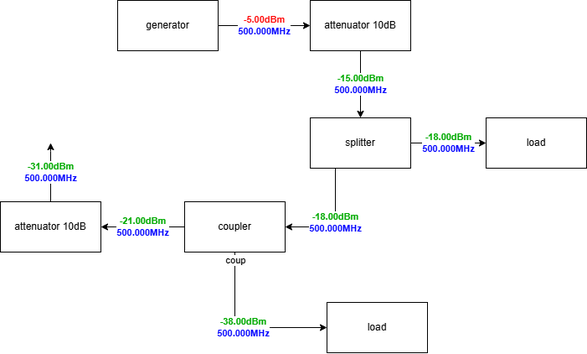
Before: example/example_computed.png, a diagram exported from draw.io (David-Daminelli/Drawio-RF-Diagram). Source tidied: cells renumbered, new cells last; positions are measured from the earlier drawing's top-left corner, leaving out a move shared by most shapes.
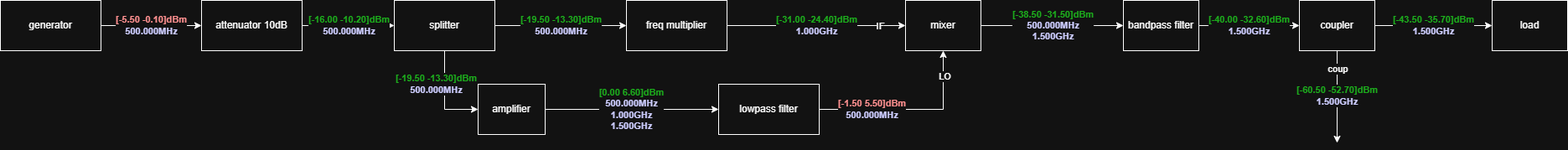
The same diagram one commit later.

The edit, as a diff of the source:
```diff
@@ -2,57 +2,90 @@
   <root>
     <mxCell id="0" />
     <mxCell id="1" parent="0" />
-    <mxCell id="2" value="&lt;span style='color:#FF0000'&gt;-5.00dBm&lt;/span&gt;&lt;br&gt;&lt;span style='color:#0000FF'&gt;500.000MHz&#10;&lt;/span&gt;" style="edgeStyle=orthogonalEdgeStyle;rounded=0;jettySize=auto;html=1;fontColor=#FF0000;fontStyle=1;" parent="1" edge="1" source="3" target="5">
+    <mxCell id="2" value="&lt;span style='color:#FF0000'&gt;[-5.50 -0.10]dBm&lt;/span&gt;&lt;br&gt;&lt;span style='color:#0000FF'&gt;500.000MHz&#10;&lt;/span&gt;" style="edgeStyle=orthogonalEdgeStyle;rounded=0;jettySize=auto;html=1;fontColor=#FF0000;fontStyle=1;" parent="1" edge="1" source="3" target="5">
       <mxGeometry relative="1" as="geometry" />
     </mxCell>
     <mxCell id="3" value="generator" style="rounded=0;whiteSpace=wrap;html=1;" parent="1" vertex="1">
-      <mxGeometry x="140" width="120" height="60" as="geometry" />
+      <mxGeometry x="-520" y="30" width="120" height="60" as="geometry" />
     </mxCell>
-    <mxCell id="4" value="&lt;span style='color:#00AA00'&gt;-15.00dBm&lt;/span&gt;&lt;br&gt;&lt;span style='color:#0000FF'&gt;500.000MHz&#10;&lt;/span&gt;" style="edgeStyle=orthogonalEdgeStyle;rounded=0;jettySize=auto;html=1;entryX=0.5;entryY=0;entryDx=0;entryDy=0;fontColor=#00AA00;fontStyle=1;" parent="1" edge="1" source="5" target="7">
+    <mxCell id="4" value="&lt;span style='color:#00AA00'&gt;[-16.00 -10.20]dBm&lt;/span&gt;&lt;br&gt;&lt;span style='color:#0000FF'&gt;500.000MHz&#10;&lt;/span&gt;" style="edgeStyle=orthogonalEdgeStyle;rounded=0;jettySize=auto;html=1;fontColor=#00AA00;fontStyle=1;" parent="1" edge="1" source="5" target="7">
       <mxGeometry relative="1" as="geometry" />
     </mxCell>
     <mxCell id="5" value="attenuator 10dB" style="rounded=0;whiteSpace=wrap;html=1;" parent="1" vertex="1">
-      <mxGeometry x="370" width="120" height="60" as="geometry" />
+      <mxGeometry x="-280" y="30" width="120" height="60" as="geometry" />
     </mxCell>
-    <mxCell id="6" value="&lt;span style='color:#00AA00'&gt;-18.00dBm&lt;/span&gt;&lt;br&gt;&lt;span style='color:#0000FF'&gt;500.000MHz&#10;&lt;/span&gt;" style="edgeStyle=orthogonalEdgeStyle;rounded=0;jettySize=auto;html=1;exitX=0.25;exitY=1;exitDx=0;exitDy=0;entryX=1;entryY=0.5;entryDx=0;entryDy=0;fontColor=#00AA00;fontStyle=1;" parent="1" edge="1" source="7" target="11">
-      <mxGeometry relative="1" as="geometry" />
-    </mxCell>
+    <mxCell id="17" value="&lt;span style='color:#00AA00'&gt;[-31.00 -24.40]dBm&lt;/span&gt;&lt;br&gt;&lt;span style='color:#0000FF'&gt;1.000GHz&#10;&lt;/span&gt;" style="edgeStyle=orthogonalEdgeStyle;rounded=0;jettySize=auto;html=1;exitX=1;exitY=0.5;exitDx=0;exitDy=0;fontColor=#00AA00;fontStyle=1;" parent="1" edge="1" source="27" target="23">
+      <mxGeometry relative="1" as="geometry" />
+    </mxCell>
+    <mxCell id="18" value="IF" style="edgeLabel;html=1;align=center;verticalAlign=middle;" parent="17" vertex="1">
+      <mxGeometry x="-0.02" relative="1" as="geometry">
+        <mxPoint x="78" as="offset" />
+      </mxGeometry>
+    </mxCell>
+    <mxCell id="8" value="&lt;span style='color:#00AA00'&gt;[-19.50 -13.30]dBm&lt;/span&gt;&lt;br&gt;&lt;span style='color:#0000FF'&gt;500.000MHz&#10;&lt;/span&gt;" style="edgeStyle=orthogonalEdgeStyle;rounded=0;jettySize=auto;html=1;exitX=0.5;exitY=1;exitDx=0;exitDy=0;entryX=0;entryY=0.5;entryDx=0;entryDy=0;fontColor=#00AA00;fontStyle=1;" parent="1" edge="1" source="7" target="9">
+      <mxGeometry x="-0.27" y="-10" relative="1" as="geometry" />
+    </mxCell>
+    <mxCell id="19" value="&lt;span style='color:#00AA00'&gt;[-19.50 -13.30]dBm&lt;/span&gt;&lt;br&gt;&lt;span style='color:#0000FF'&gt;500.000MHz&#10;&lt;/span&gt;" style="edgeStyle=orthogonalEdgeStyle;rounded=0;jettySize=auto;html=1;fontColor=#00AA00;fontStyle=1;" parent="1" edge="1" source="7" target="27">
+      <mxGeometry relative="1" as="geometry" />
+    </mxCell>
     <mxCell id="7" value="splitter" style="rounded=0;whiteSpace=wrap;html=1;" parent="1" vertex="1">
-      <mxGeometry x="370" y="140" width="120" height="60" as="geometry" />
+      <mxGeometry x="-50" y="30" width="120" height="60" as="geometry" />
     </mxCell>
-    <mxCell id="8" value="&lt;span style='color:#00AA00'&gt;-18.00dBm&lt;/span&gt;&lt;br&gt;&lt;span style='color:#0000FF'&gt;500.000MHz&#10;&lt;/span&gt;" style="edgeStyle=orthogonalEdgeStyle;rounded=0;jettySize=auto;html=1;entryX=0;entryY=0.5;entryDx=0;entryDy=0;exitX=1;exitY=0.5;exitDx=0;exitDy=0;fontColor=#00AA00;fontStyle=1;" parent="1" edge="1" source="7" target="9">
-      <mxGeometry relative="1" as="geometry" />
-    </mxCell>
+    <mxCell id="20" value="&lt;span style='color:#00AA00'&gt;[0.00 6.60]dBm&lt;/span&gt;&lt;br&gt;&lt;span style='color:#0000FF'&gt;500.000MHz&#10;1.000GHz&#10;1.500GHz&#10;&lt;/span&gt;" style="edgeStyle=orthogonalEdgeStyle;rounded=0;jettySize=auto;html=1;exitX=1;exitY=0.5;exitDx=0;exitDy=0;fontColor=#00AA00;fontStyle=1;" parent="1" edge="1" source="9" target="26">
+      <mxGeometry relative="1" as="geometry" />
+    </mxCell>
-    <mxCell id="9" value="load" style="rounded=0;whiteSpace=wrap;html=1;" parent="1" vertex="1">
-      <mxGeometry x="580" y="140" width="120" height="60" as="geometry" />
+    <mxCell id="9" value="amplifier" style="rounded=0;whiteSpace=wrap;html=1;" parent="1" vertex="1">
+      <mxGeometry x="50" y="130" width="80" height="60" as="geometry" />
     </mxCell>
-    <mxCell id="10" value="&lt;span style='color:#00AA00'&gt;-21.00dBm&lt;/span&gt;&lt;br&gt;&lt;span style='color:#0000FF'&gt;500.000MHz&#10;&lt;/span&gt;" style="edgeStyle=orthogonalEdgeStyle;rounded=0;jettySize=auto;html=1;exitX=0;exitY=0.5;exitDx=0;exitDy=0;entryX=1;entryY=0.5;entryDx=0;entryDy=0;fontColor=#00AA00;fontStyle=1;" parent="1" edge="1" source="11" target="16">
-      <mxGeometry relative="1" as="geometry" />
-    </mxCell>
+    <mxCell id="21" value="&lt;span style='color:#00AA00'&gt;[-38.50 -31.50]dBm&lt;/span&gt;&lt;br&gt;&lt;span style='color:#0000FF'&gt;500.000MHz&#10;1.500GHz&#10;&lt;/span&gt;" style="edgeStyle=orthogonalEdgeStyle;rounded=0;jettySize=auto;html=1;entryX=0;entryY=0.5;entryDx=0;entryDy=0;fontColor=#00AA00;fontStyle=1;" parent="1" edge="1" source="23" target="29">
+      <mxGeometry relative="1" as="geometry" />
+    </mxCell>
+    <mxCell id="22" value="RF" style="edgeLabel;html=1;align=center;verticalAlign=middle;" parent="21" vertex="1">
+      <mxGeometry x="0.2" y="-4" relative="1" as="geometry">
+        <mxPoint x="-148" y="-4" as="offset" />
+      </mxGeometry>
+    </mxCell>
+    <mxCell id="23" value="mixer" style="rounded=0;whiteSpace=wrap;html=1;" parent="1" vertex="1">
+      <mxGeometry x="560" y="30" width="90" height="60" as="geometry" />
+    </mxCell>
+    <mxCell id="24" value="&lt;span style='color:#FF0000'&gt;[-1.50 5.50]dBm&lt;/span&gt;&lt;br&gt;&lt;span style='color:#0000FF'&gt;500.000MHz&#10;&lt;/span&gt;" style="edgeStyle=orthogonalEdgeStyle;rounded=0;jettySize=auto;html=1;entryX=0.5;entryY=1;entryDx=0;entryDy=0;fontColor=#FF0000;fontStyle=1;" parent="1" edge="1" source="26" target="23">
+      <mxGeometry x="-0.42" relative="1" as="geometry" />
+    </mxCell>
+    <mxCell id="25" value="LO" style="edgeLabel;html=1;align=center;verticalAlign=middle;" parent="24" vertex="1">
+      <mxGeometry x="0.34" relative="1" as="geometry">
+        <mxPoint x="2" y="-40" as="offset" />
+      </mxGeometry>
+    </mxCell>
+    <mxCell id="26" value="lowpass filter" style="rounded=0;whiteSpace=wrap;html=1;" parent="1" vertex="1">
+      <mxGeometry x="337" y="130" width="120" height="60" as="geometry" />
+    </mxCell>
+    <mxCell id="14" value="load" style="rounded=0;whiteSpace=wrap;html=1;" parent="1" vertex="1">
+      <mxGeometry x="1260" y="30" width="90" height="60" as="geometry" />
+    </mxCell>
+    <mxCell id="27" value="freq multiplier" style="rounded=0;whiteSpace=wrap;html=1;" parent="1" vertex="1">
+      <mxGeometry x="227" y="30" width="120" height="60" as="geometry" />
+    </mxCell>
+    <mxCell id="28" value="&lt;span style='color:#00AA00'&gt;[-40.00 -32.60]dBm&lt;/span&gt;&lt;br&gt;&lt;span style='color:#0000FF'&gt;1.500GHz&#10;&lt;/span&gt;" style="edgeStyle=orthogonalEdgeStyle;rounded=0;jettySize=auto;html=1;fontColor=#00AA00;fontStyle=1;" parent="1" edge="1" source="29" target="11">
+      <mxGeometry relative="1" as="geometry" />
+    </mxCell>
+    <mxCell id="29" value="bandpass filter" style="rounded=0;whiteSpace=wrap;html=1;" parent="1" vertex="1">
+      <mxGeometry x="820" y="30" width="90" height="60" as="geometry" />
+    </mxCell>
+    <mxCell id="12" value="&lt;span style='color:#00AA00'&gt;[-43.50 -35.70]dBm&lt;/span&gt;&lt;br&gt;&lt;span style='color:#0000FF'&gt;1.500GHz&#10;&lt;/span&gt;" style="edgeStyle=orthogonalEdgeStyle;rounded=0;jettySize=auto;html=1;fontColor=#00AA00;fontStyle=1;" parent="1" edge="1" source="11" target="14">
+      <mxGeometry relative="1" as="geometry" />
+    </mxCell>
+    <mxCell id="30" value="&lt;span style='color:#00AA00'&gt;[-60.50 -52.70]dBm&lt;/span&gt;&lt;br&gt;&lt;span style='color:#0000FF'&gt;1.500GHz&#10;&lt;/span&gt;" style="edgeStyle=orthogonalEdgeStyle;rounded=0;jettySize=auto;html=1;fontColor=#00AA00;fontStyle=1;" parent="1" edge="1" source="11">
+      <mxGeometry relative="1" as="geometry">
+        <mxPoint x="1075" y="200" as="targetPoint" />
+      </mxGeometry>
+    </mxCell>
+    <mxCell id="13" value="coup" style="edgeLabel;html=1;align=center;verticalAlign=middle;" parent="30" vertex="1">
+      <mxGeometry x="-0.21" y="-2" relative="1" as="geometry">
+        <mxPoint x="2" y="-23" as="offset" />
+      </mxGeometry>
+    </mxCell>
     <mxCell id="11" value="coupler" style="rounded=0;whiteSpace=wrap;html=1;" parent="1" vertex="1">
-      <mxGeometry x="220" y="240" width="120" height="60" as="geometry" />
+      <mxGeometry x="1030" y="30" width="90" height="60" as="geometry" />
     </mxCell>
-    <mxCell id="12" value="&lt;span style='color:#00AA00'&gt;-38.00dBm&lt;/span&gt;&lt;br&gt;&lt;span style='color:#0000FF'&gt;500.000MHz&#10;&lt;/span&gt;" style="edgeStyle=orthogonalEdgeStyle;rounded=0;jettySize=auto;html=1;entryX=0;entryY=0.5;entryDx=0;entryDy=0;exitX=0.5;exitY=1;exitDx=0;exitDy=0;fontColor=#00AA00;fontStyle=1;" parent="1" edge="1" source="11" target="14">
-      <mxGeometry relative="1" as="geometry" />
-    </mxCell>
-    <mxCell id="13" value="coup" style="edgeLabel;html=1;align=center;verticalAlign=middle;" parent="12" vertex="1">
-      <mxGeometry x="0.33" y="-1" relative="1" as="geometry">
-        <mxPoint x="-43" y="-81" as="offset" />
-      </mxGeometry>
-    </mxCell>
-    <mxCell id="14" value="load" style="rounded=0;whiteSpace=wrap;html=1;" parent="1" vertex="1">
-      <mxGeometry x="390" y="360" width="120" height="60" as="geometry" />
-    </mxCell>
-    <mxCell id="15" value="&lt;span style='color:#00AA00'&gt;-31.00dBm&lt;/span&gt;&lt;br&gt;&lt;span style='color:#0000FF'&gt;500.000MHz&#10;&lt;/span&gt;" style="edgeStyle=orthogonalEdgeStyle;rounded=0;jettySize=auto;html=1;fontColor=#00AA00;fontStyle=1;" parent="1" edge="1" source="16">
-      <mxGeometry relative="1" as="geometry">
-        <mxPoint x="60" y="170" as="targetPoint" />
-        <Array as="points">
-          <mxPoint x="60" y="180" />
-        </Array>
-      </mxGeometry>
-    </mxCell>
-    <mxCell id="16" value="attenuator 10dB" style="rounded=0;whiteSpace=wrap;html=1;" parent="1" vertex="1">
-      <mxGeometry y="240" width="120" height="60" as="geometry" />
-    </mxCell>
   </root>
 </mxGraphModel>
```
